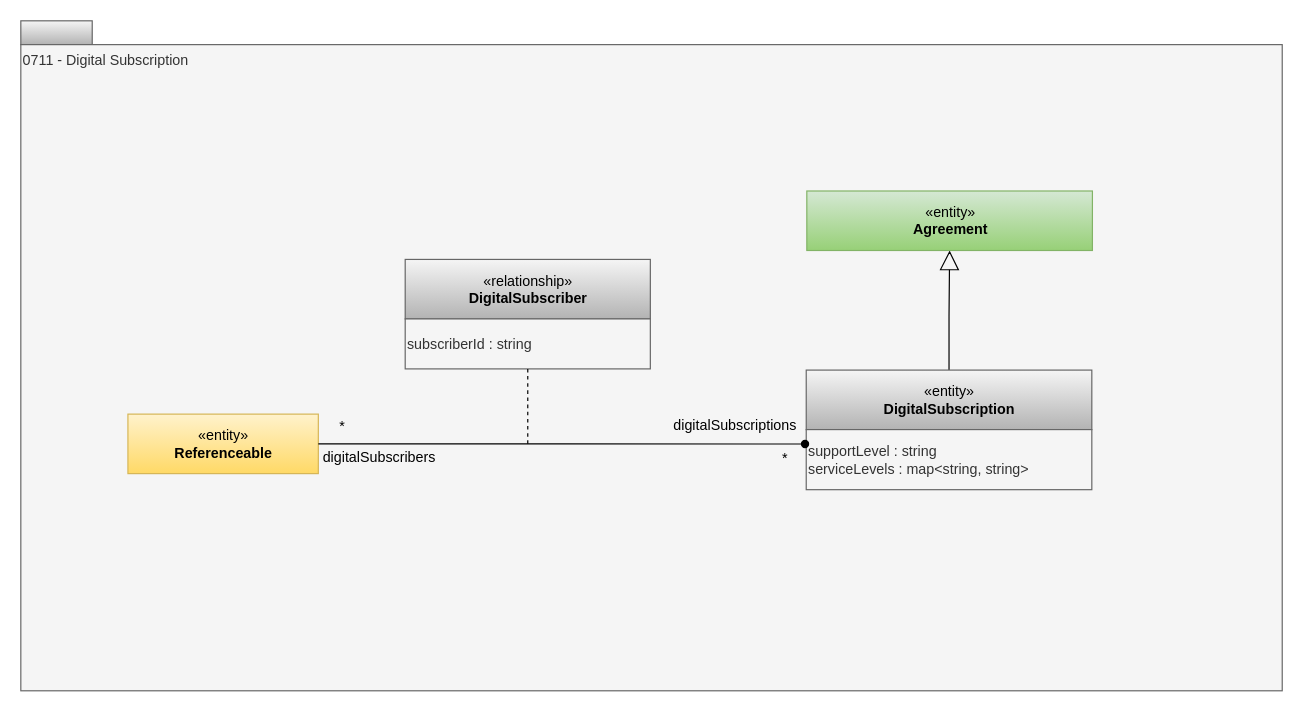
Earlier version of the draw.io diagram page "0712-Digital-Subscription" (4 of 18) of site/docs/types/7/area-7-lineage.drawio (odpi/egeria-docs). Source tidied: cells renumbered, new cells numbered last; positions are measured from the earlier drawing's top-left corner, leaving out a move shared by most shapes. Both pictures are drawn from the tidied source at 119%, with x=0, y=0 at pixel (20, 20).
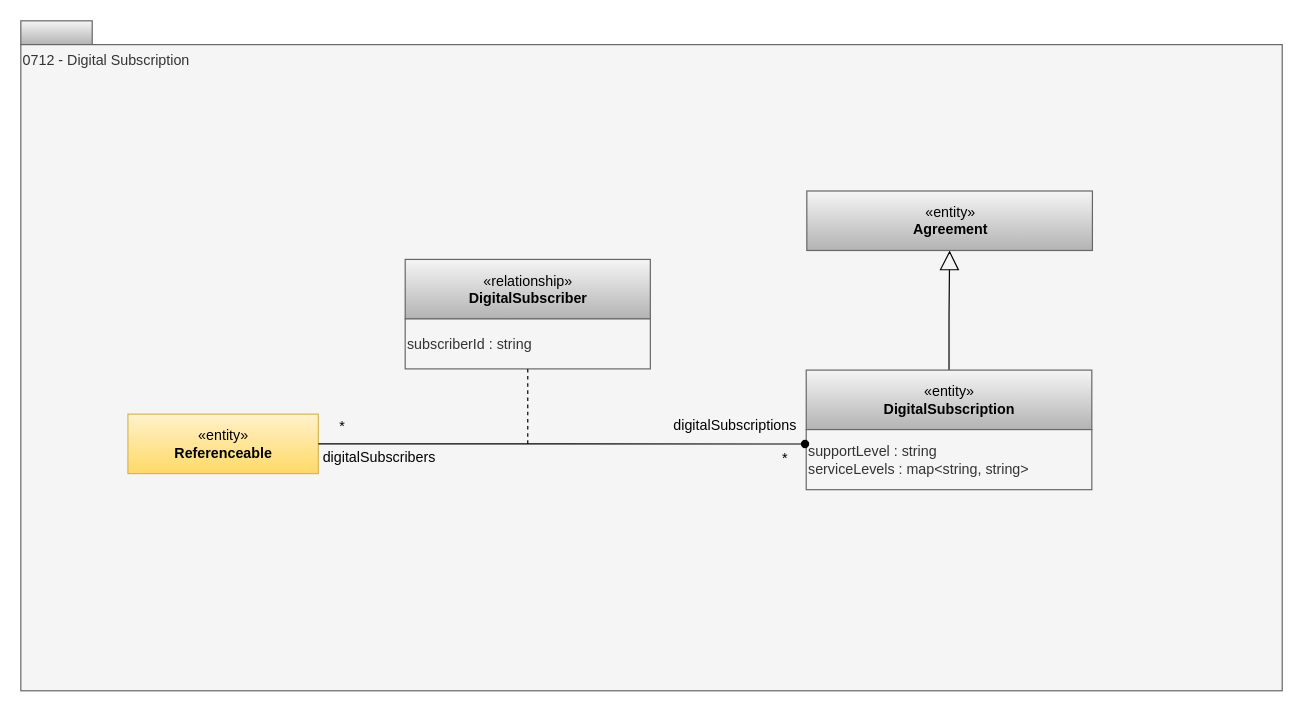
After the change.

The edit, as a diff of the source:
```diff
@@
 <mxGraphModel>
   <root>
     <mxCell id="0" />
     <mxCell id="1" parent="0" />
     <mxCell id="2" style="rounded=0;whiteSpace=wrap;html=1;align=left;fillColor=#f5f5f5;strokeColor=#666666;gradientColor=#b3b3b3;" parent="1" vertex="1">
       <mxGeometry width="60" height="20" as="geometry" />
     </mxCell>
-    <mxCell id="3" value="0711 - Digital Subscription" style="rounded=0;whiteSpace=wrap;html=1;align=left;verticalAlign=top;fillColor=#f5f5f5;fontColor=#333333;strokeColor=#666666;" parent="1" vertex="1">
+    <mxCell id="3" value="0712 - Digital Subscription" style="rounded=0;whiteSpace=wrap;html=1;align=left;verticalAlign=top;fillColor=#f5f5f5;fontColor=#333333;strokeColor=#666666;" parent="1" vertex="1">
       <mxGeometry y="20" width="1060" height="543" as="geometry" />
     </mxCell>
     <mxCell id="4" style="edgeStyle=orthogonalEdgeStyle;rounded=0;jettySize=auto;html=1;exitX=0.5;exitY=0;exitDx=0;exitDy=0;startArrow=none;startFill=0;endArrow=block;endFill=0;endSize=14;strokeWidth=1;" parent="1" edge="1" source="5" target="16">
       <mxGeometry relative="1" as="geometry" />
     </mxCell>
     <mxCell id="5" value="«entity»&lt;br&gt;&lt;b&gt;DigitalSubscription&lt;br&gt;&lt;/b&gt;" style="html=1;strokeColor=#666666;align=center;fillColor=#f5f5f5;gradientColor=#b3b3b3;" parent="1" vertex="1">
       <mxGeometry x="660" y="293.5" width="240" height="50" as="geometry" />
     </mxCell>
     <mxCell id="6" value="supportLevel : string&lt;br&gt;serviceLevels : map&amp;lt;string, string&amp;gt;&lt;br&gt;&lt;div style=&quot;text-align: left&quot;&gt;&lt;/div&gt;" style="rounded=0;whiteSpace=wrap;html=1;strokeColor=#666666;align=left;perimeterSpacing=1;fillColor=#f5f5f5;fontColor=#333333;" parent="1" vertex="1">
       <mxGeometry x="660" y="343.5" width="240" height="50.5" as="geometry" />
     </mxCell>
     <mxCell id="7" value="*" style="text;html=1;align=center;verticalAlign=top;spacingTop=-4;" parent="1" vertex="1">
       <mxGeometry x="634.5" y="358" width="15" height="14" as="geometry" />
     </mxCell>
     <mxCell id="8" value="«entity»&lt;br&gt;&lt;b&gt;Referenceable&lt;/b&gt;" style="html=1;strokeColor=#d6b656;align=center;fillColor=#fff2cc;gradientColor=#ffd966;" parent="1" vertex="1">
       <mxGeometry x="90" y="330.5" width="160" height="50" as="geometry" />
     </mxCell>
     <mxCell id="9" value="«relationship»&lt;br&gt;&lt;b&gt;DigitalSubscriber&lt;/b&gt;" style="html=1;strokeColor=#666666;align=center;fillColor=#f5f5f5;gradientColor=#b3b3b3;" parent="1" vertex="1">
       <mxGeometry x="323" y="200.5" width="206" height="50" as="geometry" />
     </mxCell>
     <mxCell id="10" value="subscriberId : string" style="rounded=0;whiteSpace=wrap;html=1;strokeColor=#666666;align=left;fillColor=#f5f5f5;fontColor=#333333;" parent="1" vertex="1">
       <mxGeometry x="323" y="250.5" width="206" height="42" as="geometry" />
     </mxCell>
     <mxCell id="11" style="edgeStyle=orthogonalEdgeStyle;rounded=0;html=1;exitX=0.5;exitY=1;dashed=1;endArrow=none;endFill=0;jettySize=auto;exitDx=0;exitDy=0;" parent="1" edge="1" source="10">
       <mxGeometry relative="1" as="geometry">
         <mxPoint x="426" y="356" as="targetPoint" />
       </mxGeometry>
     </mxCell>
     <mxCell id="12" value="digitalSubscribers" style="text;html=1;align=center;verticalAlign=middle;strokeColor=none;fillColor=none;" parent="1" vertex="1">
       <mxGeometry x="240.5" y="352" width="120" height="30" as="geometry" />
     </mxCell>
     <mxCell id="13" value="*" style="text;html=1;align=center;verticalAlign=middle;strokeColor=none;fillColor=none;" parent="1" vertex="1">
       <mxGeometry x="255" y="326" width="30" height="30" as="geometry" />
     </mxCell>
     <mxCell id="14" value="digitalSubscriptions" style="text;html=1;align=center;verticalAlign=middle;strokeColor=none;fillColor=none;" parent="1" vertex="1">
       <mxGeometry x="535" y="324.5" width="130" height="30" as="geometry" />
     </mxCell>
     <mxCell id="15" style="edgeStyle=orthogonalEdgeStyle;rounded=0;jettySize=auto;html=1;exitX=1;exitY=0.5;exitDx=0;exitDy=0;entryX=0;entryY=0.25;entryDx=0;entryDy=0;startArrow=none;startFill=0;endArrow=oval;endFill=1;endSize=6;" parent="1" edge="1" source="8" target="6">
       <mxGeometry relative="1" as="geometry" />
     </mxCell>
-    <mxCell id="16" value="«entity»&lt;br&gt;&lt;b&gt;Agreement&lt;br&gt;&lt;/b&gt;" style="html=1;strokeColor=#82b366;align=center;fillColor=#d5e8d4;gradientColor=#97d077;" parent="1" vertex="1">
+    <mxCell id="16" value="«entity»&lt;br&gt;&lt;b&gt;Agreement&lt;br&gt;&lt;/b&gt;" style="html=1;strokeColor=#666666;align=center;fillColor=#f5f5f5;gradientColor=#b3b3b3;" parent="1" vertex="1">
       <mxGeometry x="660.5" y="143" width="240" height="50" as="geometry" />
     </mxCell>
   </root>
 </mxGraphModel>
```
